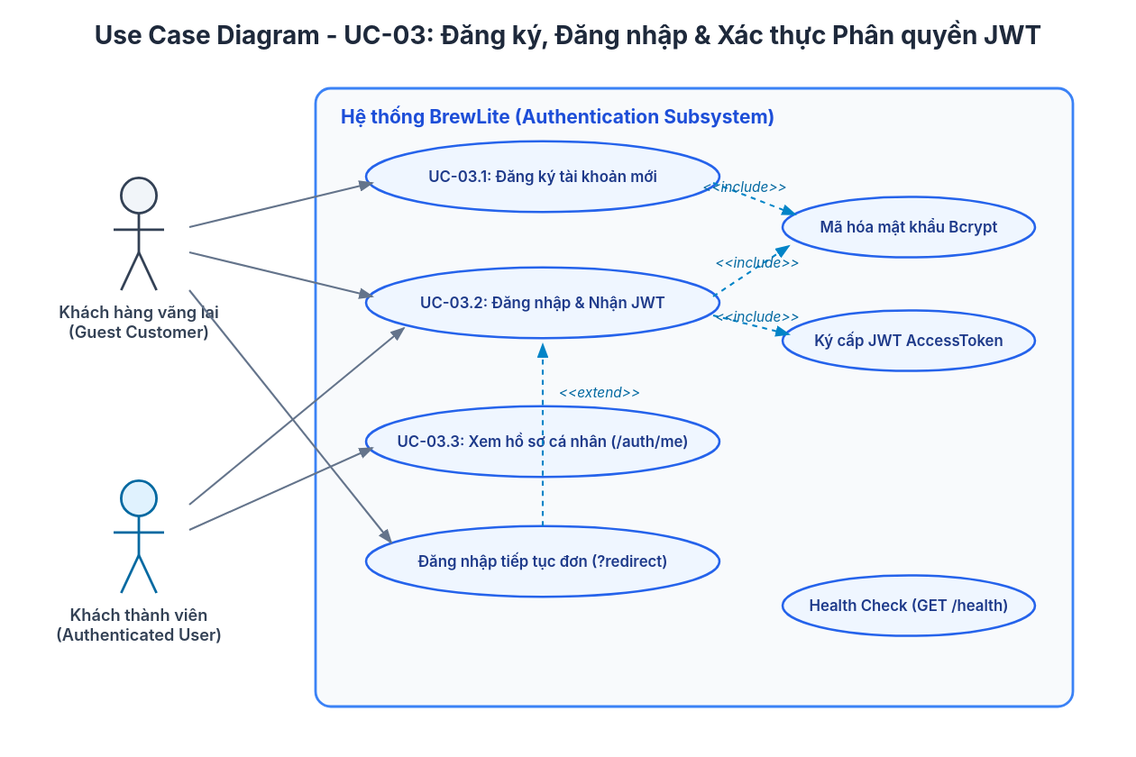
Before: docs/diagrams/uc-03-auth.svg, a diagram exported from PlantUML (SamuiSang/brewlite2). Its source is kept beside it as docs/diagrams/uc-03-auth.puml. Its diagram source:
```plantuml
@startuml uc-03-auth
title Use Case Diagram - UC-03: Đăng ký, Đăng nhập & Xác thực JWT
skinparam actorStyle awesome
skinparam packageStyle rectangle
skinparam roundcorner 10
skinparam monochrome false
skinparam shadowing true

actor "Khách hàng vãng lai\n(Guest Customer)" as Guest
actor "Khách hàng thành viên\n(Authenticated Customer)" as Customer

rectangle "Hệ thống BrewLite (Authentication Subsystem)" {
    usecase "UC-03.1: Đăng ký tài khoản mới" as UC_Register
    usecase "UC-03.2: Đăng nhập hệ thống & Nhận JWT" as UC_Login
    usecase "Xác thực mật khẩu Bcrypt" as UC_Bcrypt
    usecase "Cấp phát AccessToken (JWT)" as UC_IssueJWT
    usecase "UC-03.3: Xem hồ sơ cá nhân (/auth/me)" as UC_Profile
    usecase "Đăng nhập tiếp tục đơn hàng\n(?redirect=/checkout)" as UC_RedirectLogin
    usecase "Kiểm tra sức khỏe hệ thống\n(GET /api/v1/health)" as UC_Health
}

Guest --> UC_Register
Guest --> UC_Login
Guest --> UC_RedirectLogin

Customer --> UC_Profile
Customer --> UC_Login

UC_Login ..> UC_Bcrypt : <<include>>
UC_Login ..> UC_IssueJWT : <<include>>
UC_Register ..> UC_Bcrypt : <<include>>
UC_Register ..> UC_IssueJWT : <<include>>
UC_RedirectLogin .> UC_Login : <<extend>>

note right of UC_Health
  Hệ thống cung cấp endpoint
  giám sát trạng thái Backend & DB
end note

@enduml
```
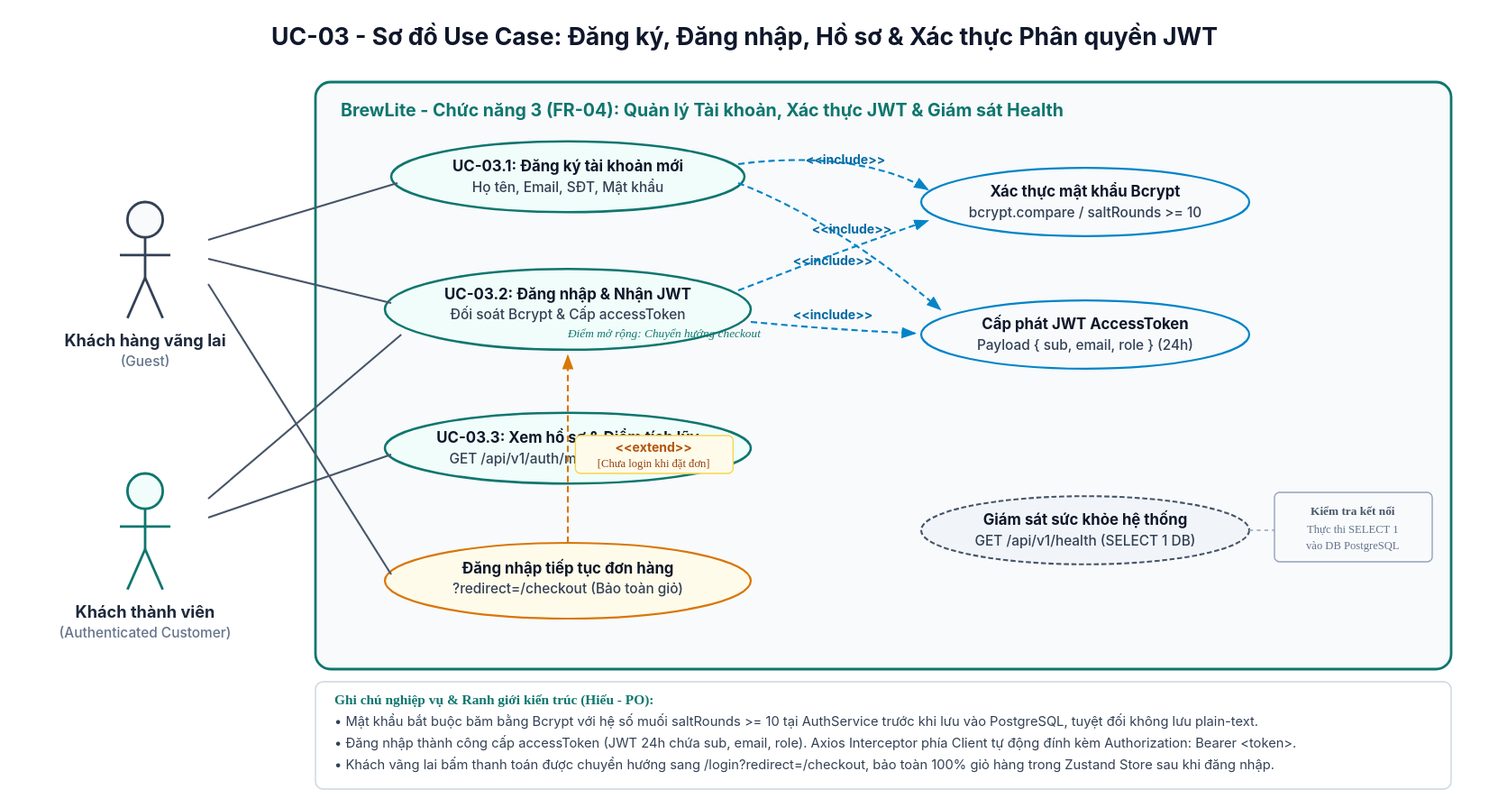
After the commit.

Commit message:
docs(task1.2-1.3): update UC-03 usecase-checkout-spec, fix uc-03-auth diagram layout and formatting

Diff of the diagram source:
```diff
@@ -1,40 +1,49 @@
 @startuml uc-03-auth
-title Use Case Diagram - UC-03: Đăng ký, Đăng nhập & Xác thực JWT
-skinparam actorStyle awesome
+!pragma layout smetana
+left to right direction
+skinparam nodesep 60
+skinparam ranksep 80
+skinparam backgroundColor white
+skinparam shadowing false
+skinparam defaultFontName SansSerif
 skinparam packageStyle rectangle
-skinparam roundcorner 10
-skinparam monochrome false
-skinparam shadowing true
+skinparam ArrowColor #475569
+skinparam usecaseBackgroundColor #F0FDFA
+skinparam usecaseBorderColor #0F766E
+skinparam actorBorderColor #334155
+title UC-03 - Đăng ký, Đăng nhập, Quản lý Hồ sơ cá nhân & Xác thực Phân quyền JWT
 
-actor "Khách hàng vãng lai\n(Guest Customer)" as Guest
+actor "Khách hàng vãng lai\n(Guest)" as Guest
 actor "Khách hàng thành viên\n(Authenticated Customer)" as Customer
 
-rectangle "Hệ thống BrewLite (Authentication Subsystem)" {
-    usecase "UC-03.1: Đăng ký tài khoản mới" as UC_Register
-    usecase "UC-03.2: Đăng nhập hệ thống & Nhận JWT" as UC_Login
-    usecase "Xác thực mật khẩu Bcrypt" as UC_Bcrypt
-    usecase "Cấp phát AccessToken (JWT)" as UC_IssueJWT
-    usecase "UC-03.3: Xem hồ sơ cá nhân (/auth/me)" as UC_Profile
+rectangle "BrewLite - Chức năng 3 (FR-04): Quản lý Tài khoản, Xác thực JWT & Giám sát Health" {
+    usecase "UC-03.1\nĐăng ký tài khoản mới" as UC_Register
+    usecase "UC-03.2\nĐăng nhập hệ thống & Nhận JWT\n--\nĐiểm mở rộng: Chuyển hướng checkout" as UC_Login
+    usecase "UC-03.3\nXem hồ sơ cá nhân & Điểm thưởng\n(GET /api/v1/auth/me)" as UC_Profile
+    usecase "Xác thực mật khẩu\n(Bcrypt compare/hash)" as UC_Bcrypt
+    usecase "Cấp phát chuỗi ký số\nAccessToken (JWT payload)" as UC_IssueJWT
     usecase "Đăng nhập tiếp tục đơn hàng\n(?redirect=/checkout)" as UC_RedirectLogin
-    usecase "Kiểm tra sức khỏe hệ thống\n(GET /api/v1/health)" as UC_Health
+    usecase "Giám sát sức khỏe hệ thống\n(GET /api/v1/health)" as UC_Health
+
+    UC_Login ..> UC_Bcrypt : <<include>>
+    UC_Login ..> UC_IssueJWT : <<include>>
+    UC_Register ..> UC_Bcrypt : <<include>>
+    UC_Register ..> UC_IssueJWT : <<include>>
+    UC_RedirectLogin ..> UC_Login : <<extend>>\n[Chưa đăng nhập khi bấm đặt đơn]
 }
 
-Guest --> UC_Register
-Guest --> UC_Login
-Guest --> UC_RedirectLogin
+Guest -- UC_Register
+Guest -- UC_Login
+Guest -- UC_RedirectLogin
 
-Customer --> UC_Profile
-Customer --> UC_Login
+Customer -- UC_Profile
+Customer -- UC_Login
 
-UC_Login ..> UC_Bcrypt : <<include>>
-UC_Login ..> UC_IssueJWT : <<include>>
-UC_Register ..> UC_Bcrypt : <<include>>
-UC_Register ..> UC_IssueJWT : <<include>>
-UC_RedirectLogin .> UC_Login : <<extend>>
-
-note right of UC_Health
-  Hệ thống cung cấp endpoint
-  giám sát trạng thái Backend & DB
-end note
-
+legend bottom
+  - Quản lý tài khoản và phiên đăng nhập qua chuẩn RESTful API (/api/v1/auth/*).
+  - Mật khẩu người dùng bắt buộc băm 1 chiều bằng Bcrypt (saltRounds >= 10), tuyệt đối không lưu plain-text.
+  - Sau khi đăng nhập thành công, máy chủ cấp phát JWT Token (payload: sub, email, role), Client lưu và tự động đính kèm Authorization: Bearer <token>.
+  - Hỗ trợ chuyển hướng thông minh ?redirect=/checkout bảo toàn giỏ hàng khi khách vãng lai thanh toán.
+  - Cung cấp endpoint GET /api/v1/health phục vụ kiểm tra trạng thái hoạt động của Backend và kết nối PostgreSQL (SELECT 1).
+endlegend
 @enduml
```
